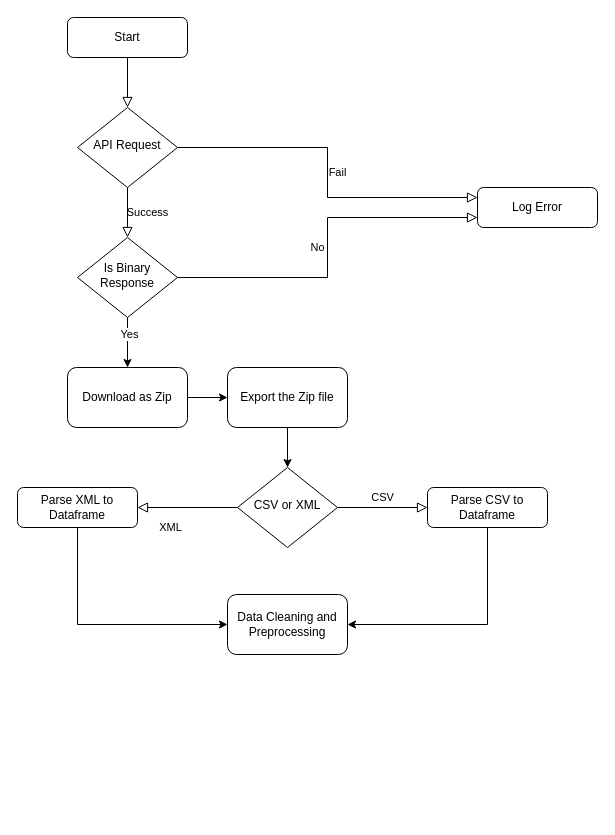
gurudevkumar51/My-files keeps this draw.io diagram as Market_Vendor_Py.drawio. Above is the earlier version. Source tidied: cells renumbered, new cells numbered last; positions are measured from the earlier drawing's top-left corner, leaving out a move shared by most shapes. Both pictures are drawn from the tidied source at 100%, with x=0, y=0 at pixel (17, 17).
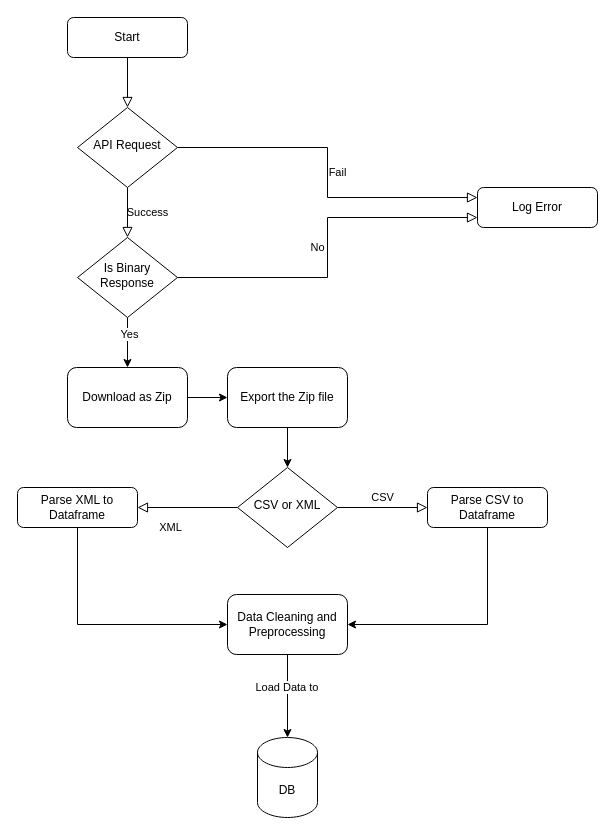
After the change.

Unchanged cells that the change refers to:
```xml
<mxCell id="23" value="Data Cleaning and Preprocessing" style="rounded=1;whiteSpace=wrap;html=1;" parent="1" vertex="1">
  <mxGeometry x="210" y="577" width="120" height="60" as="geometry" />
</mxCell>
```

The edit, as a diff of the source:
```diff
@@
+    <mxCell id="24" value="DB" style="shape=cylinder3;whiteSpace=wrap;html=1;boundedLbl=1;backgroundOutline=1;size=15;" parent="1" vertex="1">
+      <mxGeometry x="240" y="720" width="60" height="80" as="geometry" />
+    </mxCell>
+    <mxCell id="25" style="edgeStyle=orthogonalEdgeStyle;rounded=0;jettySize=auto;html=1;entryX=0.5;entryY=0;entryDx=0;entryDy=0;entryPerimeter=0;" parent="1" edge="1" source="23" target="24">
+      <mxGeometry relative="1" as="geometry" />
+    </mxCell>
+    <mxCell id="26" value="Load Data to&amp;nbsp;" style="edgeLabel;html=1;align=center;verticalAlign=middle;" parent="25" vertex="1">
+      <mxGeometry x="-0.23" relative="1" as="geometry" />
+    </mxCell>
```
